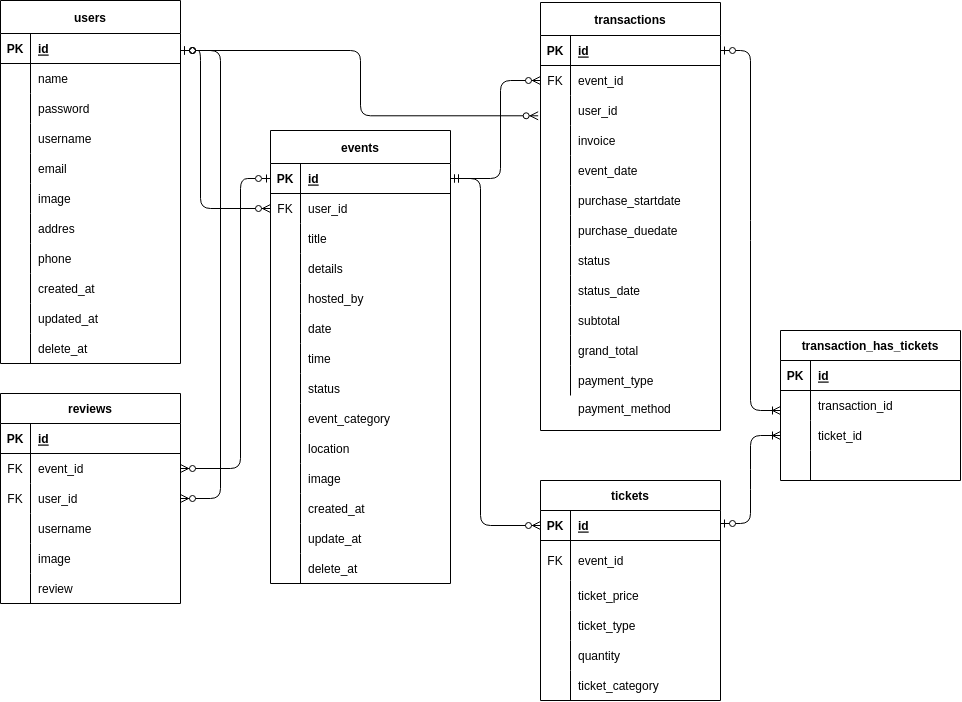
Earlier version of the draw.io export docs/ERD Event App.drawio.png (wanta-zulfikri/Event-Planning-App). Source tidied: cells renumbered, new cells last; positions are measured from the earlier drawing's top-left corner, leaving out a move shared by most shapes.
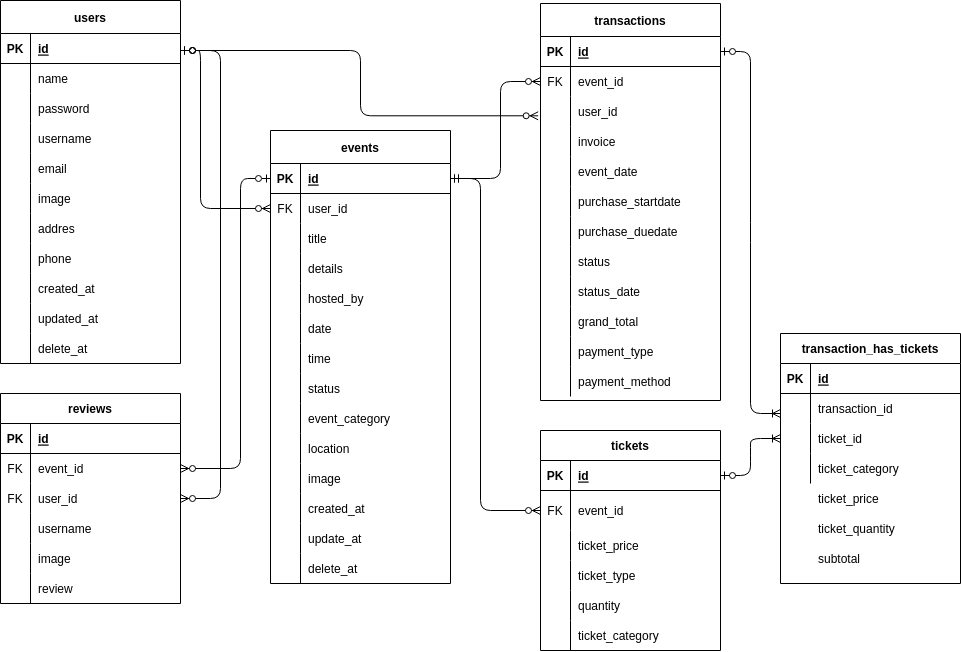
The same file after the commit.

Diff of the diagram source:
```diff
@@ -234,7 +234,7 @@
       <mxGeometry x="30" width="150" height="30" as="geometry" />
     </mxCell>
     <mxCell id="79" value="transactions" style="shape=table;startSize=33;rowLines=0;fontStyle=1;align=center;" parent="1" vertex="1">
-      <mxGeometry x="540" y="2" width="180" height="428" as="geometry" />
+      <mxGeometry x="540" y="3" width="180" height="397" as="geometry" />
     </mxCell>
     <mxCell id="80" style="shape=tableRow;horizontal=0;startSize=0;swimlaneHead=0;swimlaneBody=0;fillColor=none;points=[[0,0.5],[1,0.5]];portConstraint=eastwest;top=0;left=0;right=0;bottom=1;" parent="79" vertex="1">
       <mxGeometry y="33" width="180" height="30" as="geometry" />
@@ -323,7 +323,7 @@
     <mxCell id="108" style="shape=partialRectangle;fillColor=none;top=0;left=0;bottom=0;right=0;overflow=hidden;" parent="107" vertex="1">
       <mxGeometry width="30" height="30" as="geometry" />
     </mxCell>
-    <mxCell id="109" value="subtotal" style="shape=partialRectangle;fillColor=none;top=0;left=0;bottom=0;right=0;align=left;spacingLeft=6;overflow=hidden;" parent="107" vertex="1">
+    <mxCell id="109" value="grand_total" style="shape=partialRectangle;fillColor=none;top=0;left=0;bottom=0;right=0;align=left;spacingLeft=6;overflow=hidden;" parent="107" vertex="1">
       <mxGeometry x="30" width="150" height="30" as="geometry" />
     </mxCell>
     <mxCell id="110" style="shape=tableRow;horizontal=0;startSize=0;swimlaneHead=0;swimlaneBody=0;fillColor=none;top=0;left=0;right=0;bottom=0;" parent="79" vertex="1">
@@ -332,7 +332,7 @@
     <mxCell id="111" style="shape=partialRectangle;fillColor=none;top=0;left=0;bottom=0;right=0;overflow=hidden;" parent="110" vertex="1">
       <mxGeometry width="30" height="30" as="geometry" />
     </mxCell>
-    <mxCell id="112" value="grand_total" style="shape=partialRectangle;fillColor=none;top=0;left=0;bottom=0;right=0;align=left;spacingLeft=6;overflow=hidden;" parent="110" vertex="1">
+    <mxCell id="112" value="payment_type" style="shape=partialRectangle;fillColor=none;top=0;left=0;bottom=0;right=0;align=left;spacingLeft=6;overflow=hidden;" parent="110" vertex="1">
       <mxGeometry x="30" width="150" height="30" as="geometry" />
     </mxCell>
     <mxCell id="113" style="shape=tableRow;horizontal=0;startSize=0;swimlaneHead=0;swimlaneBody=0;fillColor=none;top=0;left=0;right=0;bottom=0;" parent="79" vertex="1">
@@ -341,7 +341,7 @@
     <mxCell id="114" style="shape=partialRectangle;fillColor=none;top=0;left=0;bottom=0;right=0;overflow=hidden;" parent="113" vertex="1">
       <mxGeometry width="30" height="30" as="geometry" />
     </mxCell>
-    <mxCell id="115" value="payment_type" style="shape=partialRectangle;fillColor=none;top=0;left=0;bottom=0;right=0;align=left;spacingLeft=6;overflow=hidden;" parent="113" vertex="1">
+    <mxCell id="115" value="payment_method" style="shape=partialRectangle;fillColor=none;top=0;left=0;bottom=0;right=0;align=left;spacingLeft=6;overflow=hidden;" parent="113" vertex="1">
       <mxGeometry x="30" width="150" height="30" as="geometry" />
     </mxCell>
     <mxCell id="116" value="reviews" style="shape=table;startSize=30;rowLines=0;fontStyle=1;align=center;" parent="1" vertex="1">
@@ -402,7 +402,7 @@
       <mxGeometry x="30" width="150" height="30" as="geometry" />
     </mxCell>
     <mxCell id="135" value="tickets" style="shape=table;startSize=30;rowLines=0;fontStyle=1;align=center;" parent="1" vertex="1">
-      <mxGeometry x="540" y="480" width="180" height="220" as="geometry" />
+      <mxGeometry x="540" y="430" width="180" height="220" as="geometry" />
     </mxCell>
     <mxCell id="136" style="shape=tableRow;horizontal=0;startSize=0;swimlaneHead=0;swimlaneBody=0;fillColor=none;points=[[0,0.5],[1,0.5]];portConstraint=eastwest;top=0;left=0;right=0;bottom=1;" parent="135" vertex="1">
       <mxGeometry y="30" width="180" height="30" as="geometry" />
@@ -458,7 +458,7 @@
     <mxCell id="153" value="ticket_category" style="shape=partialRectangle;fillColor=none;top=0;left=0;bottom=0;right=0;align=left;spacingLeft=6;overflow=hidden;" parent="151" vertex="1">
       <mxGeometry x="30" width="150" height="30" as="geometry" />
     </mxCell>
-    <mxCell id="154" style="edgeStyle=elbowEdgeStyle;fontSize=12;html=1;endArrow=ERzeroToMany;startArrow=ERmandOne;entryX=0;entryY=0.5;entryDx=0;entryDy=0;exitX=1;exitY=0.5;exitDx=0;exitDy=0;" parent="1" edge="1" source="37" target="136">
+    <mxCell id="154" style="edgeStyle=elbowEdgeStyle;fontSize=12;html=1;endArrow=ERzeroToMany;startArrow=ERmandOne;entryX=0;entryY=0.5;entryDx=0;entryDy=0;exitX=1;exitY=0.5;exitDx=0;exitDy=0;" parent="1" edge="1" source="37" target="139">
       <mxGeometry relative="1" as="geometry">
         <Array as="points">
           <mxPoint x="480" y="350" />
@@ -476,7 +476,7 @@
       </mxGeometry>
     </mxCell>
     <mxCell id="156" value="transaction_has_tickets" style="shape=table;startSize=30;rowLines=0;fontStyle=1;align=center;" parent="1" vertex="1">
-      <mxGeometry x="780" y="330" width="180" height="150" as="geometry" />
+      <mxGeometry x="780" y="333" width="180" height="250" as="geometry" />
     </mxCell>
     <mxCell id="157" style="shape=tableRow;horizontal=0;startSize=0;swimlaneHead=0;swimlaneBody=0;fillColor=none;top=0;left=0;right=0;bottom=1;" parent="156" vertex="1">
       <mxGeometry y="30" width="180" height="30" as="geometry" />
@@ -511,7 +511,7 @@
     <mxCell id="167" style="shape=partialRectangle;fillColor=none;top=0;left=0;bottom=0;right=0;overflow=hidden;" parent="166" vertex="1">
       <mxGeometry width="30" height="30" as="geometry" />
     </mxCell>
-    <mxCell id="168" style="shape=partialRectangle;fillColor=none;top=0;left=0;bottom=0;right=0;align=left;spacingLeft=6;overflow=hidden;" parent="166" vertex="1">
+    <mxCell id="168" value="ticket_category" style="shape=partialRectangle;fillColor=none;top=0;left=0;bottom=0;right=0;align=left;spacingLeft=6;overflow=hidden;" parent="166" vertex="1">
       <mxGeometry x="30" width="150" height="30" as="geometry" />
     </mxCell>
     <mxCell id="169" style="edgeStyle=elbowEdgeStyle;fontSize=12;html=1;endArrow=ERzeroToMany;startArrow=ERmandOne;exitX=1;exitY=0.5;exitDx=0;exitDy=0;entryX=0;entryY=0.5;entryDx=0;entryDy=0;" parent="1" edge="1" target="83">
@@ -554,16 +554,20 @@
     <mxCell id="174" style="shape=partialRectangle;fillColor=none;top=0;left=0;bottom=0;right=0;overflow=hidden;" parent="173" vertex="1">
       <mxGeometry width="30" height="30" as="geometry" />
     </mxCell>
-    <mxCell id="175" value="payment_method" style="shape=partialRectangle;fillColor=none;top=0;left=0;bottom=0;right=0;align=left;spacingLeft=6;overflow=hidden;" parent="1" vertex="1">
-      <mxGeometry x="570" y="393" width="150" height="30" as="geometry" />
-    </mxCell>
     <mxCell id="176" style="edgeStyle=entityRelationEdgeStyle;fontSize=12;html=1;endArrow=ERoneToMany;startArrow=ERzeroToOne;entryX=0;entryY=0.667;entryDx=0;entryDy=0;exitX=1;exitY=0.5;exitDx=0;exitDy=0;entryPerimeter=0;" parent="1" edge="1" source="80" target="160">
       <mxGeometry relative="1" as="geometry" />
     </mxCell>
-    <mxCell id="177" style="edgeStyle=entityRelationEdgeStyle;fontSize=12;html=1;endArrow=ERoneToMany;startArrow=ERzeroToOne;entryX=0;entryY=0.5;entryDx=0;entryDy=0;" parent="1" edge="1" target="163">
-      <mxGeometry relative="1" as="geometry">
-        <mxPoint x="720" y="523" as="sourcePoint" />
-      </mxGeometry>
+    <mxCell id="177" style="edgeStyle=entityRelationEdgeStyle;fontSize=12;html=1;endArrow=ERoneToMany;startArrow=ERzeroToOne;entryX=0;entryY=0.5;entryDx=0;entryDy=0;exitX=1;exitY=0.5;exitDx=0;exitDy=0;" parent="1" edge="1" source="136" target="163">
+      <mxGeometry relative="1" as="geometry" />
     </mxCell>
+    <mxCell id="178" value="ticket_price" style="shape=partialRectangle;fillColor=none;top=0;left=0;bottom=0;right=0;align=left;spacingLeft=6;overflow=hidden;" parent="1" vertex="1">
+      <mxGeometry x="810" y="483" width="150" height="30" as="geometry" />
+    </mxCell>
+    <mxCell id="179" value="ticket_quantity" style="shape=partialRectangle;fillColor=none;top=0;left=0;bottom=0;right=0;align=left;spacingLeft=6;overflow=hidden;" parent="1" vertex="1">
+      <mxGeometry x="810" y="513" width="150" height="30" as="geometry" />
+    </mxCell>
+    <mxCell id="180" value="subtotal" style="shape=partialRectangle;fillColor=none;top=0;left=0;bottom=0;right=0;align=left;spacingLeft=6;overflow=hidden;" parent="1" vertex="1">
+      <mxGeometry x="810" y="543" width="150" height="30" as="geometry" />
+    </mxCell>
   </root>
 </mxGraphModel>
```
